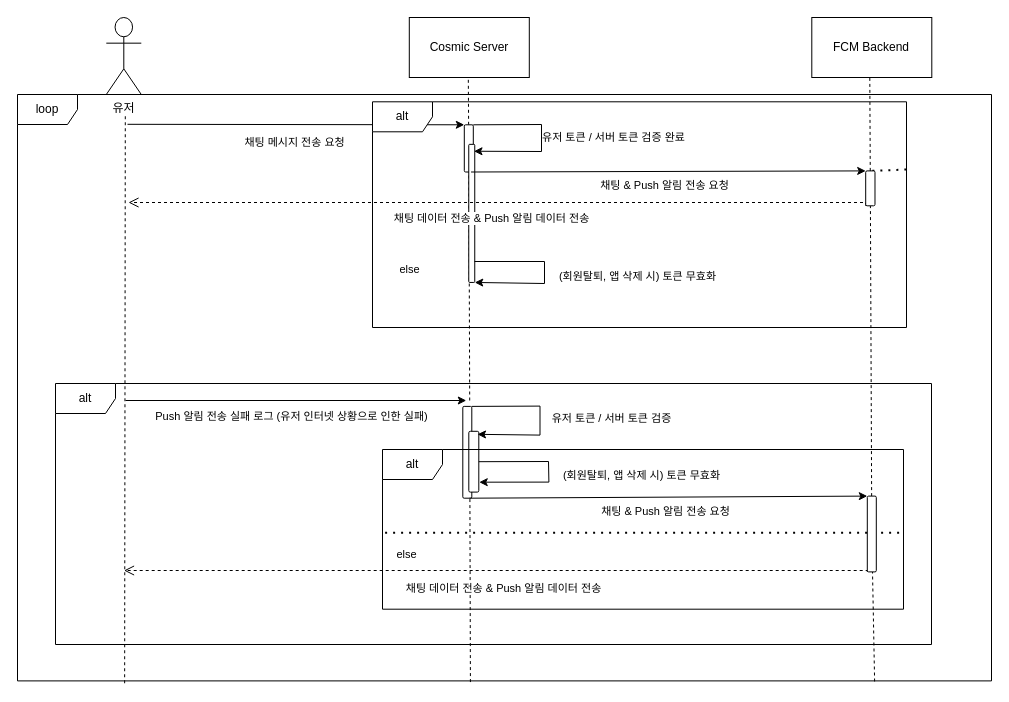
Earlier version of the draw.io diagram Fcm_Sequence_Diagram.drawio (spacedustz/Flow-Chart). Source tidied: cells renumbered, new cells numbered last; positions are measured from the earlier drawing's top-left corner, leaving out a move shared by most shapes. Both pictures are drawn from the tidied source at 100%, with x=0, y=0 at pixel (17, 17).
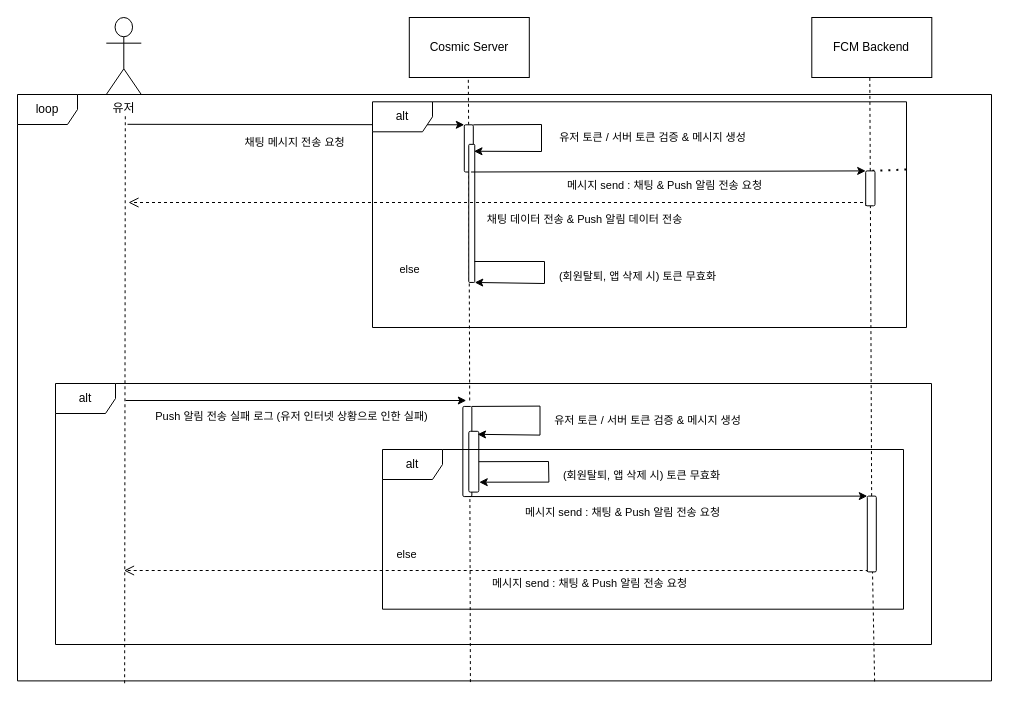
Above is the later version.

Commit message:
Update Fcm_Sequence_Diagram

Unchanged cells that the change refers to:
```xml
<mxCell id="13" style="endArrow=classic;html=1;rounded=0;entryX=0.05;entryY=0.128;entryDx=0;entryDy=0;entryPerimeter=0;exitX=0;exitY=0;exitDx=0;exitDy=0;" parent="1" edge="1" source="11" target="12">
  <mxGeometry relative="1" as="geometry">
    <Array as="points">
      <mxPoint x="524" y="107" />
      <mxPoint x="524" y="134" />
    </Array>
  </mxGeometry>
</mxCell>
<mxCell id="16" style="endArrow=classic;html=1;rounded=0;exitX=1;exitY=0.25;exitDx=0;exitDy=0;entryX=0;entryY=1;entryDx=0;entryDy=0;" parent="1" edge="1" source="11" target="43">
  <mxGeometry relative="1" as="geometry" />
</mxCell>
<mxCell id="31" style="endArrow=classic;html=1;rounded=0;entryX=0.05;entryY=0.128;entryDx=0;entryDy=0;entryPerimeter=0;exitX=0;exitY=0;exitDx=0;exitDy=0;" parent="1" edge="1" source="29" target="30">
  <mxGeometry relative="1" as="geometry">
    <Array as="points">
      <mxPoint x="522.5" y="388.6" />
      <mxPoint x="522.5" y="417.6" />
    </Array>
  </mxGeometry>
</mxCell>
<mxCell id="33" style="endArrow=classic;html=1;rounded=0;exitX=1;exitY=0.25;exitDx=0;exitDy=0;entryX=0;entryY=1;entryDx=0;entryDy=0;" parent="1" edge="1" source="29" target="41">
  <mxGeometry relative="1" as="geometry" />
</mxCell>
<mxCell id="35" value="alt" style="shape=umlFrame;whiteSpace=wrap;html=1;" parent="1" vertex="1">
  <mxGeometry x="365" y="432" width="521" height="159.7" as="geometry" />
</mxCell>
<mxCell id="41" style="rounded=1;whiteSpace=wrap;html=1;rotation=90;" parent="1" vertex="1">
  <mxGeometry x="816.4" y="512" width="75.8" height="9" as="geometry" />
</mxCell>
<mxCell id="43" style="rounded=1;whiteSpace=wrap;html=1;rotation=90;" parent="1" vertex="1">
  <mxGeometry x="835.4" y="166.2" width="34.9" height="9.3" as="geometry" />
</mxCell>
```

Diff of the diagram source:
```diff
@@
-    <mxCell id="14" value="유저 토큰 / 서버 토큰 검증 완료" style="edgeLabel;html=1;align=center;verticalAlign=middle;" parent="13" vertex="1">
+    <mxCell id="14" value="유저 토큰 / 서버 토큰 검증 &amp;amp; 메시지 생성" style="edgeLabel;html=1;align=center;verticalAlign=middle;" parent="13" vertex="1">
       <mxGeometry relative="1" as="geometry">
-        <mxPoint x="71" as="offset" />
+        <mxPoint x="110" as="offset" />
       </mxGeometry>
     </mxCell>
@@
-    <mxCell id="17" value="채팅 &amp;amp; Push 알림 전송 요청" style="edgeLabel;html=1;align=center;verticalAlign=middle;" parent="16" vertex="1">
+    <mxCell id="17" value="메시지 send : 채팅 &amp;amp; Push 알림 전송 요청" style="edgeLabel;html=1;align=center;verticalAlign=middle;" parent="16" vertex="1">
       <mxGeometry relative="1" as="geometry">
         <mxPoint x="-4" y="14" as="offset" />
       </mxGeometry>
     </mxCell>
     <mxCell id="18" value="채팅 데이터 전송 &amp;amp; Push 알림 데이터 전송" style="html=1;verticalAlign=bottom;endArrow=open;dashed=1;endSize=8;edgeStyle=elbowEdgeStyle;elbow=vertical;curved=0;rounded=0;exitX=1;exitY=1;exitDx=0;exitDy=0;" parent="1" edge="1" source="43">
-      <mxGeometry x="0.02" y="25" relative="1" as="geometry">
+      <mxGeometry x="-0.23" y="26" relative="1" as="geometry">
         <mxPoint x="111" y="185" as="targetPoint" />
         <Array as="points">
           <mxPoint x="525" y="185" />
           <mxPoint x="585" y="336" />
           <mxPoint x="587" y="341" />
         </Array>
       </mxGeometry>
     </mxCell>
@@
     <mxCell id="29" style="rounded=1;whiteSpace=wrap;html=1;rotation=90;" parent="1" vertex="1">
-      <mxGeometry x="403.9" y="430.3" width="91.8" height="9" as="geometry" />
+      <mxGeometry x="404.8" y="429.5" width="90.1" height="9" as="geometry" />
     </mxCell>
@@
-    <mxCell id="32" value="유저 토큰 / 서버 토큰 검증" style="edgeLabel;html=1;align=center;verticalAlign=middle;" parent="31" vertex="1">
+    <mxCell id="32" value="유저 토큰 / 서버 토큰 검증 &amp;amp; 메시지 생성" style="edgeLabel;html=1;align=center;verticalAlign=middle;" parent="31" vertex="1">
       <mxGeometry relative="1" as="geometry">
-        <mxPoint x="71" as="offset" />
+        <mxPoint x="107" y="2" as="offset" />
       </mxGeometry>
     </mxCell>
@@
-    <mxCell id="34" value="채팅 &amp;amp; Push 알림 전송 요청" style="edgeLabel;html=1;align=center;verticalAlign=middle;" parent="33" vertex="1">
-      <mxGeometry relative="1" as="geometry">
-        <mxPoint x="-4" y="14" as="offset" />
-      </mxGeometry>
-    </mxCell>
@@
-    <mxCell id="39" style="endArrow=none;dashed=1;html=1;dashPattern=1 3;strokeWidth=2;rounded=0;exitX=0.005;exitY=0.521;exitDx=0;exitDy=0;exitPerimeter=0;entryX=1;entryY=0.521;entryDx=0;entryDy=0;entryPerimeter=0;" parent="1" edge="1" source="35" target="35">
-      <mxGeometry relative="1" as="geometry" />
-    </mxCell>
@@
-    <mxCell id="42" value="채팅 데이터 전송 &amp;amp; Push 알림 데이터 전송" style="html=1;verticalAlign=bottom;endArrow=open;dashed=1;endSize=8;edgeStyle=elbowEdgeStyle;elbow=vertical;curved=0;rounded=0;exitX=1;exitY=1;exitDx=0;exitDy=0;" parent="1" edge="1" source="41">
-      <mxGeometry x="-0.02" y="27" relative="1" as="geometry">
+    <mxCell id="42" value="메시지 send : 채팅 &amp;amp; Push 알림 전송 요청" style="html=1;verticalAlign=bottom;endArrow=open;dashed=1;endSize=8;edgeStyle=elbowEdgeStyle;elbow=vertical;curved=0;rounded=0;exitX=1;exitY=1;exitDx=0;exitDy=0;" parent="1" edge="1" source="41">
+      <mxGeometry x="-0.25" y="22" relative="1" as="geometry">
         <mxPoint x="106.5" y="553" as="targetPoint" />
         <Array as="points">
           <mxPoint x="613.5" y="553" />
           <mxPoint x="581.5" y="553" />
           <mxPoint x="583.5" y="558" />
         </Array>
       </mxGeometry>
     </mxCell>
@@
+    <mxCell id="44" value="메시지 send : 채팅 &amp;amp; Push 알림 전송 요청" style="edgeLabel;html=1;align=center;verticalAlign=middle;" parent="1" vertex="1">
+      <mxGeometry x="604" y="494" as="geometry" />
+    </mxCell>
```
